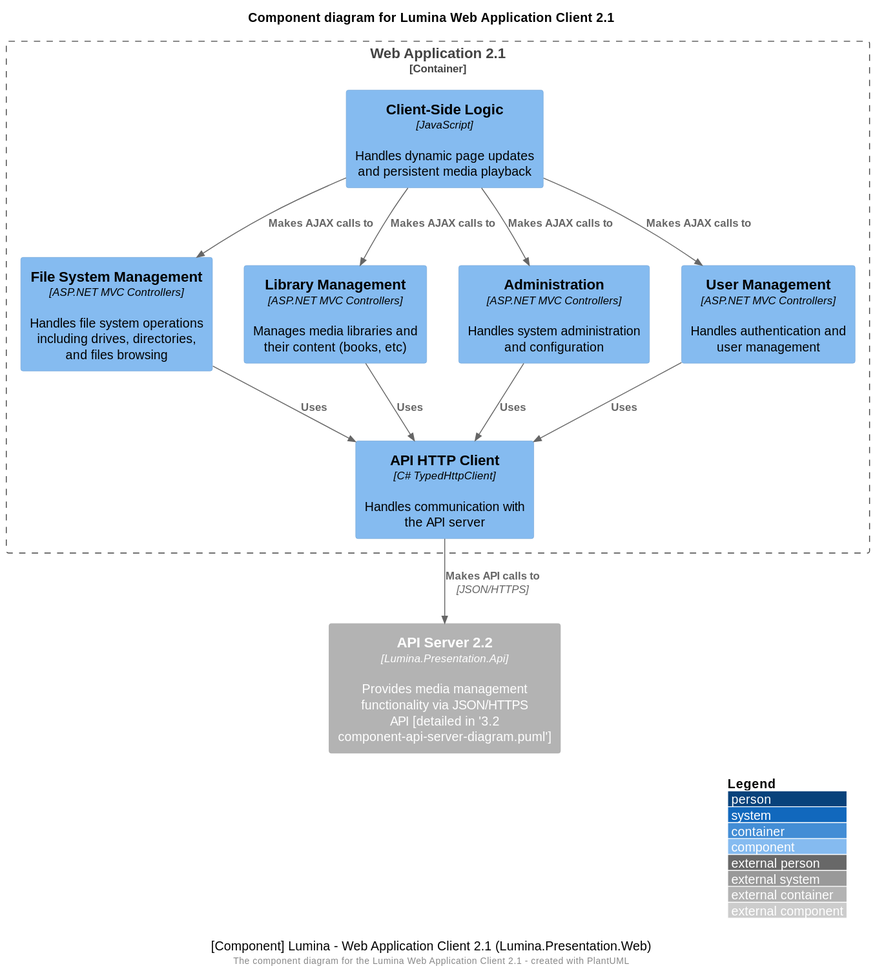
This is docs/technical/architecture/3.1 component-web-client-diagram.svg from BinaryAlley/Lumina, a PlantUML export, as it was before one commit.
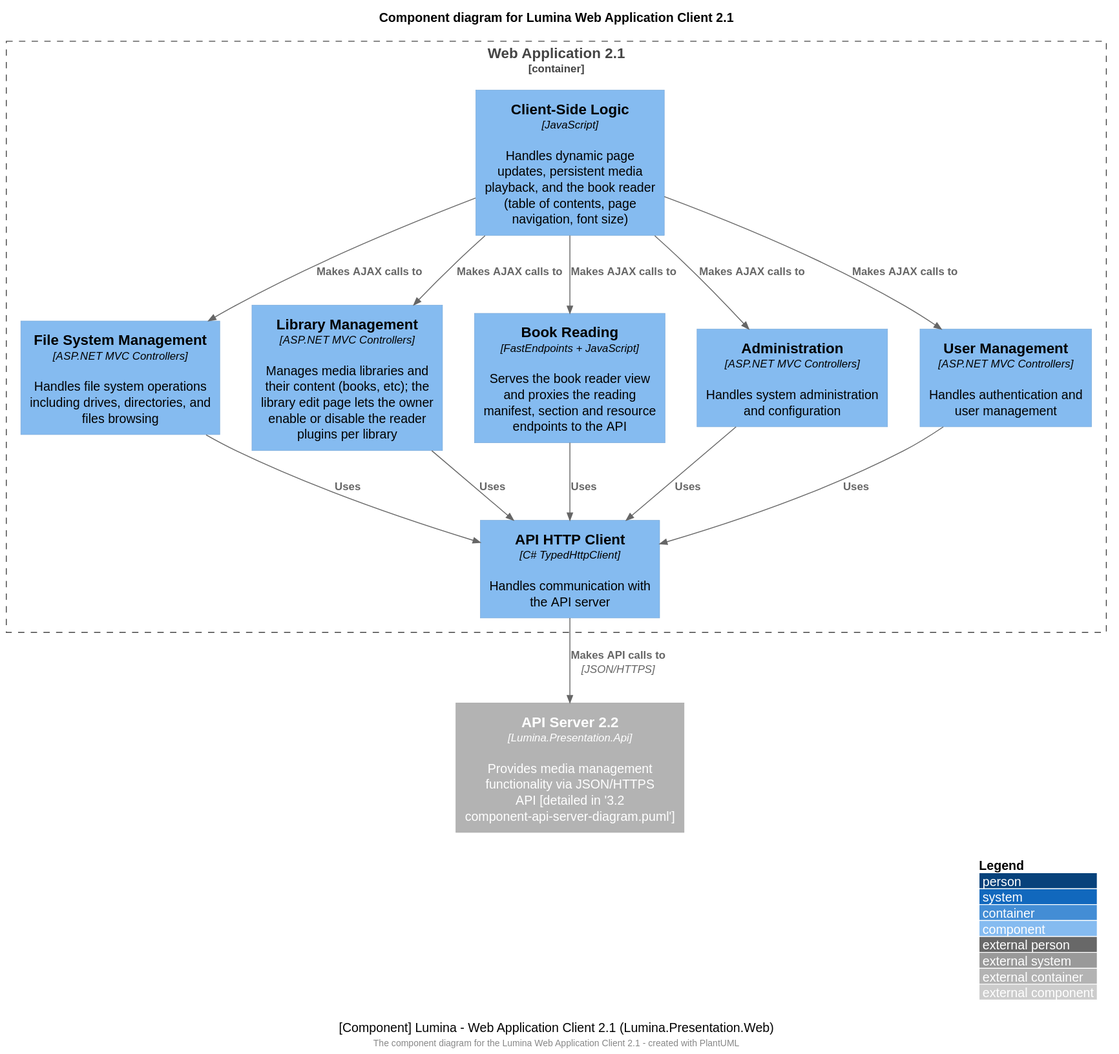
The same file after the commit.

Diff of the diagram source:
```diff
@@ -9,24 +9,28 @@
 Container_Boundary(wb, "Web Application 2.1") {
     Component(fileSystem, "File System Management", "ASP.NET MVC Controllers", "Handles file system operations including drives, directories, and files browsing")
 
-    Component(library, "Library Management", "ASP.NET MVC Controllers", "Manages media libraries and their content (books, etc)")
+    Component(library, "Library Management", "ASP.NET MVC Controllers", "Manages media libraries and their content (books, etc); the library edit page lets the owner enable or disable the reader plugins per library")
+
+    Component(bookReader, "Book Reading", "FastEndpoints + JavaScript", "Serves the book reader view and proxies the reading manifest, section and resource endpoints to the API")
 
     Component(admin, "Administration", "ASP.NET MVC Controllers", "Handles system administration and configuration")
 
     Component(users, "User Management", "ASP.NET MVC Controllers", "Handles authentication and user management")
 
-    Component(clientJs, "Client-Side Logic", "JavaScript", "Handles dynamic page updates and persistent media playback")
+    Component(clientJs, "Client-Side Logic", "JavaScript", "Handles dynamic page updates, persistent media playback, and the book reader (table of contents, page navigation, font size)")
 
     Component(httpClient, "API HTTP Client", "C# TypedHttpClient", "Handles communication with the API server")
 }
 
 Rel(fileSystem, httpClient, "Uses")
 Rel(library, httpClient, "Uses")
+Rel(bookReader, httpClient, "Uses")
 Rel(admin, httpClient, "Uses")
 Rel(users, httpClient, "Uses")
 Rel(httpClient, api, "Makes API calls to", "JSON/HTTPS")
 Rel(clientJs, fileSystem, "Makes AJAX calls to")
 Rel(clientJs, library, "Makes AJAX calls to")
+Rel(clientJs, bookReader, "Makes AJAX calls to")
 Rel(clientJs, admin, "Makes AJAX calls to")
 Rel(clientJs, users, "Makes AJAX calls to")
 
```
